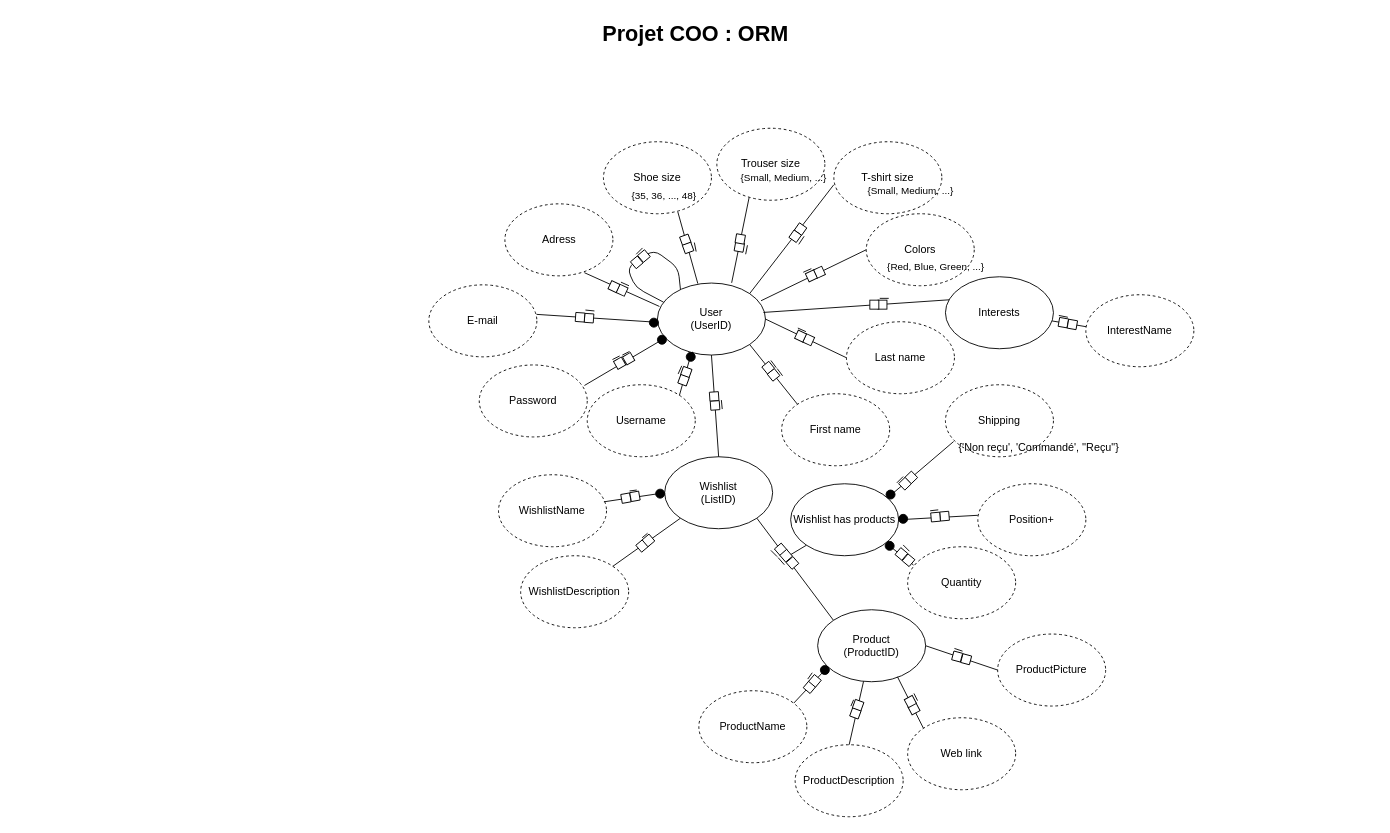
This is Diagrammes/ORM.drawio from NNepper/LSINF1225-2020-GroupeL1.1-WishList, a draw.io file, before an edit. Source tidied: cells renumbered, new cells numbered last; positions are measured from the earlier drawing's top-left corner, leaving out a move shared by most shapes. Both pictures are drawn from the tidied source at 90%, with x=0, y=0 at pixel (15, 15).
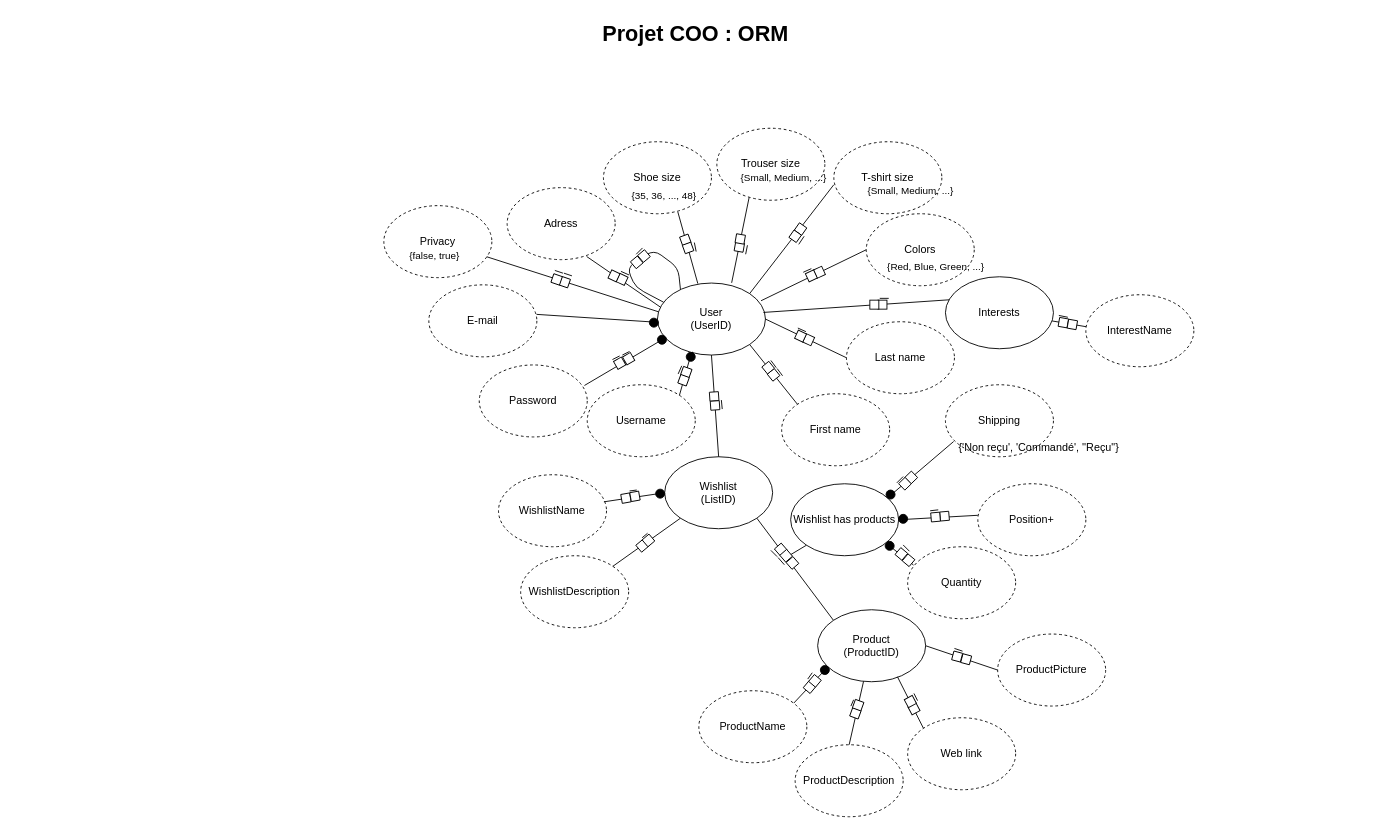
Above is the later version.

Commit message:
Ajout de privacy

The change refers to these unchanged cells:
```xml
<mxCell id="5" value="User&lt;br&gt;(UserID)" style="ellipse;whiteSpace=wrap;html=1;" parent="1" vertex="1">
  <mxGeometry x="713" y="297" width="120" height="80" as="geometry" />
</mxCell>
<mxCell id="113" style="group;rotation=205;" parent="112" vertex="1">
  <mxGeometry width="20" height="16" as="geometry" />
</mxCell>
<mxCell id="138" style="group;rotation=-115;" parent="1" vertex="1">
  <mxGeometry x="664.4" y="290" width="14" height="12" as="geometry" />
</mxCell>
```

What changed in the source:
```diff
@@
     <mxCell id="6" value="Adress" style="ellipse;whiteSpace=wrap;html=1;dashed=1;" parent="1" vertex="1">
-      <mxGeometry x="543.5" y="209" width="120" height="80" as="geometry" />
+      <mxGeometry x="546" y="191" width="120" height="80" as="geometry" />
     </mxCell>
-    <mxCell id="7" style="endArrow=none;html=1;entryX=0.736;entryY=0.956;entryDx=0;entryDy=0;exitX=0.018;exitY=0.325;exitDx=0;exitDy=0;exitPerimeter=0;entryPerimeter=0;" parent="1" edge="1" source="5" target="6">
+    <mxCell id="7" style="endArrow=none;html=1;entryX=0.736;entryY=0.956;entryDx=0;entryDy=0;exitX=0.028;exitY=0.335;exitDx=0;exitDy=0;exitPerimeter=0;entryPerimeter=0;" parent="1" edge="1" source="5" target="6">
       <mxGeometry relative="1" as="geometry" />
     </mxCell>
@@
     <mxCell id="114" style="group;" parent="113" vertex="1">
-      <mxGeometry x="-4" y="2" width="19" height="14" as="geometry" />
+      <mxGeometry x="-4" y="-10" width="19" height="14" as="geometry" />
     </mxCell>
@@
     <mxCell id="139" style="endArrow=none;html=1;fontSize=11;" parent="138" edge="1">
       <mxGeometry relative="1" as="geometry">
-        <mxPoint x="17" y="10" as="sourcePoint" />
-        <mxPoint x="8" y="6" as="targetPoint" />
+        <mxPoint x="17" y="-2" as="sourcePoint" />
+        <mxPoint x="8" y="-6" as="targetPoint" />
       </mxGeometry>
     </mxCell>
@@
+    <mxCell id="195" value="Privacy" style="ellipse;whiteSpace=wrap;html=1;dashed=1;" parent="1" vertex="1">
+      <mxGeometry x="409" y="211" width="120" height="80" as="geometry" />
+    </mxCell>
+    <mxCell id="196" style="endArrow=none;html=1;exitX=0.953;exitY=0.71;exitDx=0;exitDy=0;exitPerimeter=0;entryX=0.009;entryY=0.399;entryDx=0;entryDy=0;entryPerimeter=0;" parent="1" edge="1" source="195" target="5">
+      <mxGeometry relative="1" as="geometry" />
+    </mxCell>
+    <mxCell id="197" style="group;rotation=15;" parent="1" vertex="1">
+      <mxGeometry x="595" y="282" width="21.9" height="19.6" as="geometry" />
+    </mxCell>
-    <mxCell id="190" style="group;rotation=12;" parent="1" vertex="1">
-      <mxGeometry x="622" y="326" width="19" height="16" as="geometry" />
+    <mxCell id="190" style="group;rotation=27;" parent="197" vertex="1">
+      <mxGeometry x="1" y="2" width="19" height="16" as="geometry" />
     </mxCell>
-    <mxCell id="191" style="group;rotation=-21;" parent="190" vertex="1">
+    <mxCell id="191" style="group;rotation=-6;" parent="190" vertex="1">
       <mxGeometry y="2" width="19" height="14" as="geometry" />
     </mxCell>
-    <mxCell id="192" style="rounded=0;whiteSpace=wrap;html=1;rotation=184;" parent="191" vertex="1">
-      <mxGeometry x="10" y="3" width="10" height="10" as="geometry" />
+    <mxCell id="192" style="rounded=0;whiteSpace=wrap;html=1;rotation=199;" parent="191" vertex="1">
+      <mxGeometry x="9" y="5" width="10" height="10" as="geometry" />
     </mxCell>
-    <mxCell id="193" style="rounded=0;whiteSpace=wrap;html=1;rotation=184;" parent="191" vertex="1">
+    <mxCell id="193" style="rounded=0;whiteSpace=wrap;html=1;rotation=199;" parent="191" vertex="1">
       <mxGeometry y="2" width="10" height="10" as="geometry" />
     </mxCell>
     <mxCell id="194" style="endArrow=none;html=1;fontSize=11;" parent="190" edge="1">
       <mxGeometry relative="1" as="geometry">
-        <mxPoint x="21" y="2" as="sourcePoint" />
-        <mxPoint x="11" y="1" as="targetPoint" />
+        <mxPoint x="22" y="5" as="sourcePoint" />
+        <mxPoint x="13" y="2" as="targetPoint" />
       </mxGeometry>
     </mxCell>
+    <mxCell id="198" style="endArrow=none;html=1;fontSize=11;" parent="1" edge="1">
+      <mxGeometry relative="1" as="geometry">
+        <mxPoint x="608" y="286" as="sourcePoint" />
+        <mxPoint x="599" y="283" as="targetPoint" />
+      </mxGeometry>
+    </mxCell>
+    <mxCell id="199" value="{false, true}" style="text;html=1;strokeColor=none;fillColor=none;align=center;verticalAlign=middle;whiteSpace=wrap;rounded=0;fontSize=11;" parent="1" vertex="1">
+      <mxGeometry x="409" y="257" width="113" height="20" as="geometry" />
+    </mxCell>
```
